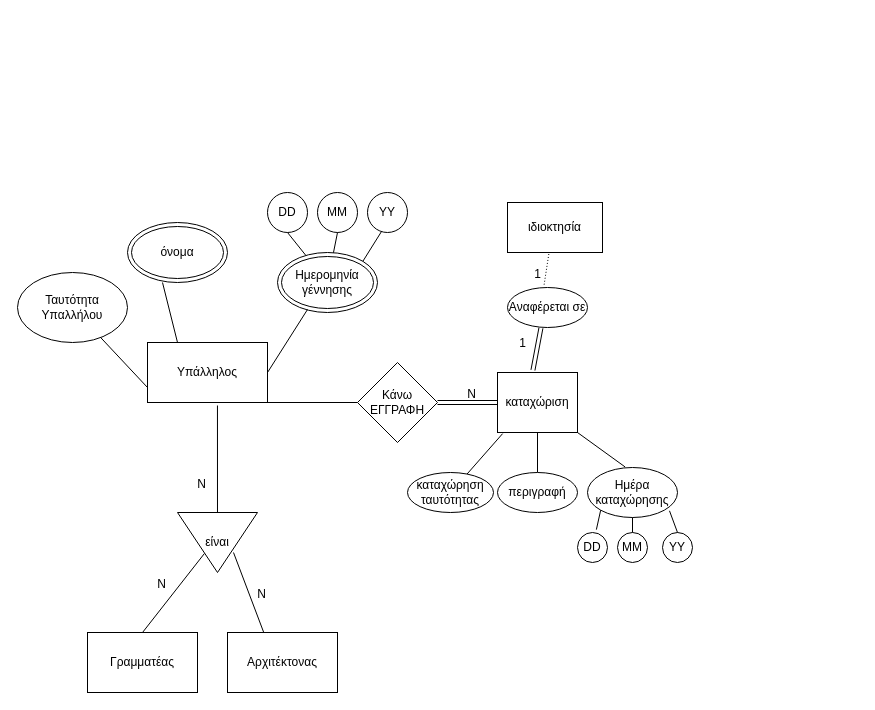
The draw.io diagram 5001.drawio in Arxonus/Programms, before the edit. Source tidied: cells renumbered, new cells numbered last; positions are measured from the earlier drawing's top-left corner, leaving out a move shared by most shapes. Both pictures are drawn from the tidied source at 100%, with x=0, y=0 at pixel (17, 192).
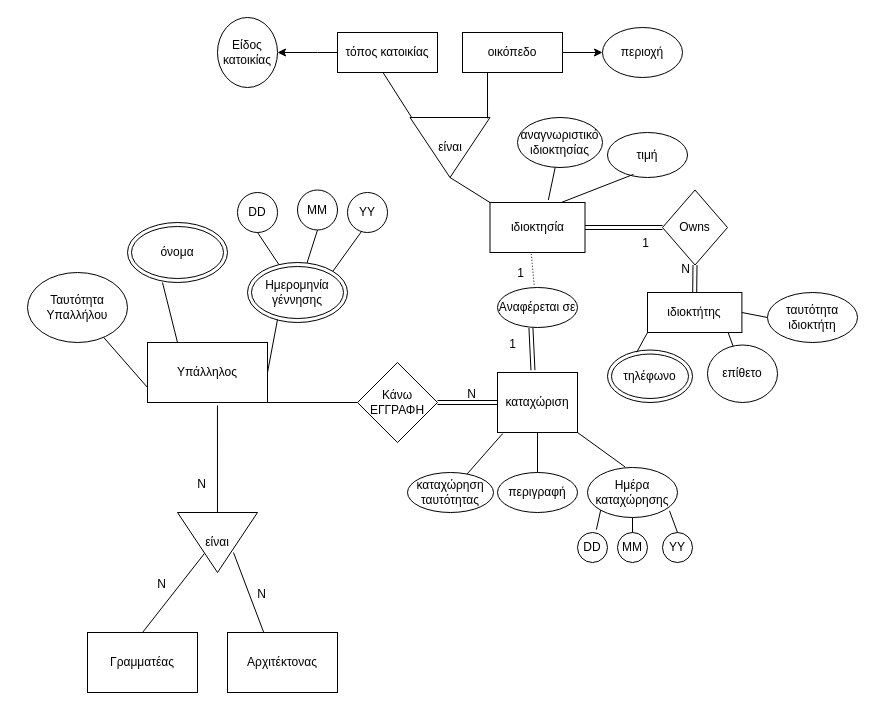
The same diagram, later.

What changed in the source:
```diff
@@
     <mxCell id="3" value="Ταυτότητα Υπαλλήλου" style="ellipse;whiteSpace=wrap;html=1;" parent="1" vertex="1">
-      <mxGeometry y="80" width="110" height="70" as="geometry" />
+      <mxGeometry x="10" y="80" width="100" height="70" as="geometry" />
     </mxCell>
@@
     <mxCell id="7" value="Ημερομηνία γέννησης" style="ellipse;shape=doubleEllipse;whiteSpace=wrap;html=1;" parent="1" vertex="1">
-      <mxGeometry x="260" y="60" width="100" height="60" as="geometry" />
+      <mxGeometry x="230" y="70" width="100" height="60" as="geometry" />
     </mxCell>
@@
     <mxCell id="9" value="DD" style="ellipse;whiteSpace=wrap;html=1;" parent="1" vertex="1">
-      <mxGeometry x="250" width="40" height="40" as="geometry" />
+      <mxGeometry x="220" width="40" height="40" as="geometry" />
     </mxCell>
     <mxCell id="10" value="MM" style="ellipse;whiteSpace=wrap;html=1;" parent="1" vertex="1">
-      <mxGeometry x="300" width="40" height="40" as="geometry" />
+      <mxGeometry x="280" y="-2.5" width="40" height="40" as="geometry" />
     </mxCell>
     <mxCell id="11" value="YY" style="ellipse;whiteSpace=wrap;html=1;" parent="1" vertex="1">
-      <mxGeometry x="350" width="40" height="40" as="geometry" />
+      <mxGeometry x="330" width="40" height="40" as="geometry" />
     </mxCell>
@@
     <mxCell id="43" value="Aναφέρεται σε" style="ellipse;whiteSpace=wrap;html=1;" parent="1" vertex="1">
-      <mxGeometry x="490" y="95" width="80" height="40" as="geometry" />
+      <mxGeometry x="480" y="95" width="80" height="40" as="geometry" />
     </mxCell>
     <mxCell id="44" value="ιδιοκτησία" style="rounded=0;whiteSpace=wrap;html=1;" parent="1" vertex="1">
-      <mxGeometry x="490" y="10" width="95" height="50" as="geometry" />
+      <mxGeometry x="472.5" y="10" width="95" height="50" as="geometry" />
     </mxCell>
@@
+    <mxCell id="47" value="αναγνωριστικό ιδιοκτησίας" style="ellipse;whiteSpace=wrap;html=1;" parent="1" vertex="1">
+      <mxGeometry x="500" y="-75" width="85" height="50" as="geometry" />
+    </mxCell>
+    <mxCell id="48" style="endArrow=none;html=1;rounded=0;exitX=0.614;exitY=-0.05;exitDx=0;exitDy=0;exitPerimeter=0;" parent="1" edge="1" source="44" target="47">
+      <mxGeometry relative="1" as="geometry" />
+    </mxCell>
+    <mxCell id="49" value="τιμή" style="ellipse;whiteSpace=wrap;html=1;" parent="1" vertex="1">
+      <mxGeometry x="590" y="-60" width="80" height="45" as="geometry" />
+    </mxCell>
+    <mxCell id="50" style="endArrow=none;html=1;rounded=0;exitX=0.75;exitY=0;exitDx=0;exitDy=0;entryX=0.325;entryY=0.93;entryDx=0;entryDy=0;entryPerimeter=0;" parent="1" edge="1" source="44" target="49">
+      <mxGeometry relative="1" as="geometry" />
+    </mxCell>
+    <mxCell id="51" style="shape=link;html=1;rounded=0;exitX=1;exitY=0.5;exitDx=0;exitDy=0;entryX=0;entryY=0.5;entryDx=0;entryDy=0;" parent="1" edge="1" source="44" target="53">
+      <mxGeometry relative="1" as="geometry" />
+    </mxCell>
+    <mxCell id="52" value="1" style="html=1;whiteSpace=wrap;align=right;verticalAlign=bottom;" parent="51" vertex="1">
+      <mxGeometry x="1" relative="1" as="geometry">
+        <mxPoint x="-13" y="24" as="offset" />
+      </mxGeometry>
+    </mxCell>
+    <mxCell id="53" value="Owns" style="rhombus;whiteSpace=wrap;html=1;" parent="1" vertex="1">
+      <mxGeometry x="645" y="-2.5" width="65" height="75" as="geometry" />
+    </mxCell>
+    <mxCell id="54" style="shape=link;html=1;rounded=0;exitX=0.5;exitY=1;exitDx=0;exitDy=0;entryX=0.5;entryY=0;entryDx=0;entryDy=0;" parent="1" edge="1" source="53" target="56">
+      <mxGeometry relative="1" as="geometry" />
+    </mxCell>
+    <mxCell id="55" value="N" style="html=1;whiteSpace=wrap;align=right;verticalAlign=bottom;" parent="54" vertex="1">
+      <mxGeometry x="1" relative="1" as="geometry">
+        <mxPoint x="-3" y="-15" as="offset" />
+      </mxGeometry>
+    </mxCell>
+    <mxCell id="56" value="ιδιοκτήτης" style="rounded=0;whiteSpace=wrap;html=1;" parent="1" vertex="1">
+      <mxGeometry x="630" y="100" width="94.4" height="40" as="geometry" />
+    </mxCell>
+    <mxCell id="57" value="τηλέφωνο" style="ellipse;shape=doubleEllipse;whiteSpace=wrap;html=1;" parent="1" vertex="1">
+      <mxGeometry x="590" y="157.5" width="85" height="52.5" as="geometry" />
+    </mxCell>
+    <mxCell id="58" value="επίθετο" style="ellipse;whiteSpace=wrap;html=1;" parent="1" vertex="1">
+      <mxGeometry x="690" y="152.5" width="70" height="57.5" as="geometry" />
+    </mxCell>
+    <mxCell id="59" style="endArrow=none;html=1;rounded=0;exitX=0.344;exitY=0.042;exitDx=0;exitDy=0;entryX=0;entryY=1;entryDx=0;entryDy=0;exitPerimeter=0;" parent="1" edge="1" source="57" target="56">
+      <mxGeometry relative="1" as="geometry" />
+    </mxCell>
+    <mxCell id="60" style="endArrow=none;html=1;rounded=0;entryX=0.853;entryY=0.995;entryDx=0;entryDy=0;entryPerimeter=0;" parent="1" edge="1" source="58" target="56">
+      <mxGeometry relative="1" as="geometry" />
+    </mxCell>
+    <mxCell id="61" style="endArrow=none;html=1;rounded=0;entryX=1;entryY=0.5;entryDx=0;entryDy=0;exitX=0;exitY=0.5;exitDx=0;exitDy=0;" parent="1" edge="1" source="62" target="56">
+      <mxGeometry relative="1" as="geometry" />
+    </mxCell>
+    <mxCell id="62" value="ταυτότητα&lt;br&gt;ιδιοκτήτη" style="ellipse;whiteSpace=wrap;html=1;" parent="1" vertex="1">
+      <mxGeometry x="750" y="100" width="90" height="50" as="geometry" />
+    </mxCell>
+    <mxCell id="63" value="είναι" style="triangle;whiteSpace=wrap;html=1;direction=south;" parent="1" vertex="1">
+      <mxGeometry x="392.5" y="-75" width="80" height="60" as="geometry" />
+    </mxCell>
+    <mxCell id="64" style="endArrow=none;html=1;rounded=0;exitX=0;exitY=0;exitDx=0;exitDy=0;entryX=1;entryY=0.5;entryDx=0;entryDy=0;" parent="1" edge="1" source="44" target="63">
+      <mxGeometry relative="1" as="geometry" />
+    </mxCell>
+    <mxCell id="65" style="endArrow=none;html=1;rounded=0;exitX=0;exitY=0.979;exitDx=0;exitDy=0;exitPerimeter=0;entryX=0.447;entryY=0.967;entryDx=0;entryDy=0;entryPerimeter=0;" parent="1" edge="1" source="63" target="68">
+      <mxGeometry relative="1" as="geometry" />
+    </mxCell>
+    <mxCell id="66" style="endArrow=none;html=1;rounded=0;exitX=0.014;exitY=0.031;exitDx=0;exitDy=0;exitPerimeter=0;entryX=0.25;entryY=1;entryDx=0;entryDy=0;" parent="1" edge="1" source="63" target="70">
+      <mxGeometry relative="1" as="geometry" />
+    </mxCell>
+    <mxCell id="67" style="edgeStyle=orthogonalEdgeStyle;rounded=0;jettySize=auto;html=1;" parent="1" edge="1" source="68" target="72">
+      <mxGeometry relative="1" as="geometry">
+        <Array as="points">
+          <mxPoint x="300" y="-140" />
+          <mxPoint x="300" y="-140" />
+        </Array>
+      </mxGeometry>
+    </mxCell>
+    <mxCell id="68" value="τόπος κατοικίας" style="rounded=0;whiteSpace=wrap;html=1;" parent="1" vertex="1">
+      <mxGeometry x="320" y="-160" width="100" height="40" as="geometry" />
+    </mxCell>
+    <mxCell id="69" style="edgeStyle=orthogonalEdgeStyle;rounded=0;jettySize=auto;html=1;entryX=0;entryY=0.5;entryDx=0;entryDy=0;" parent="1" edge="1" source="70" target="71">
+      <mxGeometry relative="1" as="geometry" />
+    </mxCell>
+    <mxCell id="70" value="οικόπεδο" style="rounded=0;whiteSpace=wrap;html=1;" parent="1" vertex="1">
+      <mxGeometry x="445" y="-160" width="100" height="40" as="geometry" />
+    </mxCell>
+    <mxCell id="71" value="περιοχή" style="ellipse;whiteSpace=wrap;html=1;" parent="1" vertex="1">
+      <mxGeometry x="585" y="-165" width="80" height="50" as="geometry" />
+    </mxCell>
+    <mxCell id="72" value="Είδος κατοικίας" style="ellipse;whiteSpace=wrap;html=1;rounded=0;" parent="1" vertex="1">
+      <mxGeometry x="200" y="-175" width="60" height="70" as="geometry" />
+    </mxCell>
```
